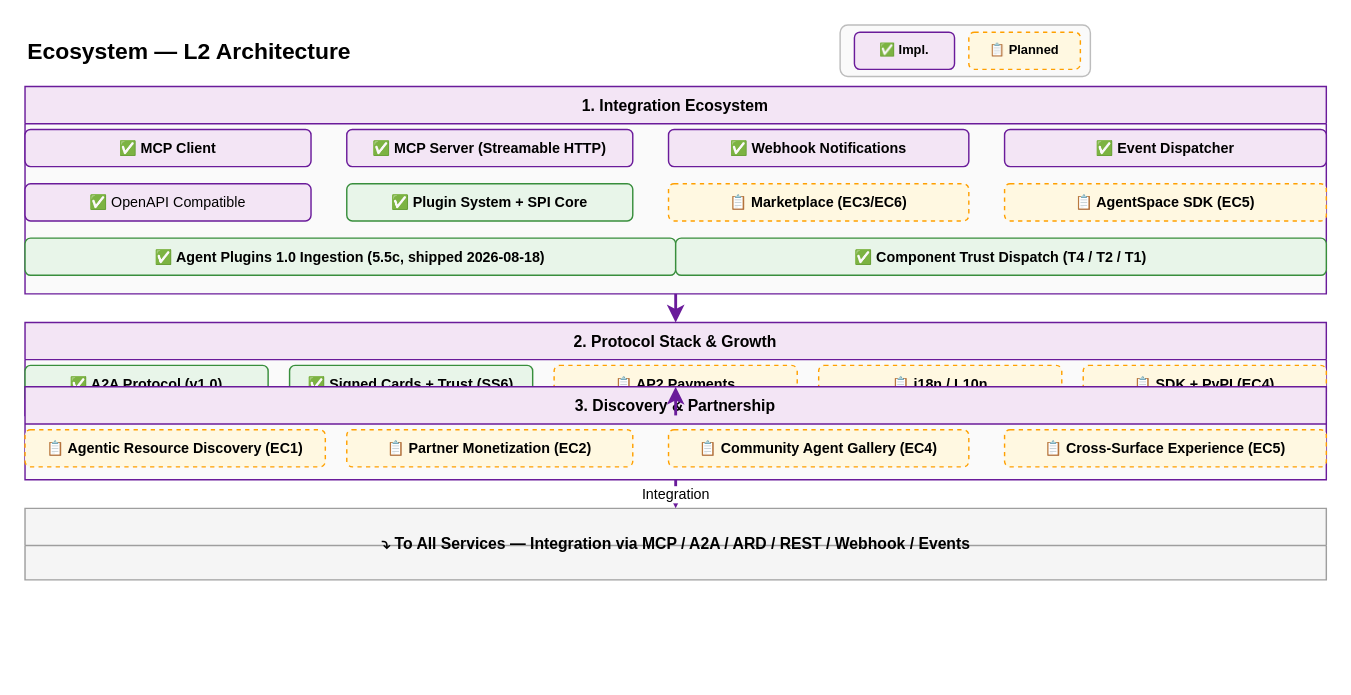
Above: docs/design/hardware/ecosystem-l2.drawio in xueyufish/hecate (draw.io), before the change. Source tidied: cells renumbered, new cells numbered last; positions are measured from the earlier drawing's top-left corner, leaving out a move shared by most shapes. Both pictures are drawn from the tidied source at 143%, with x=0, y=0 at pixel (24, 24).
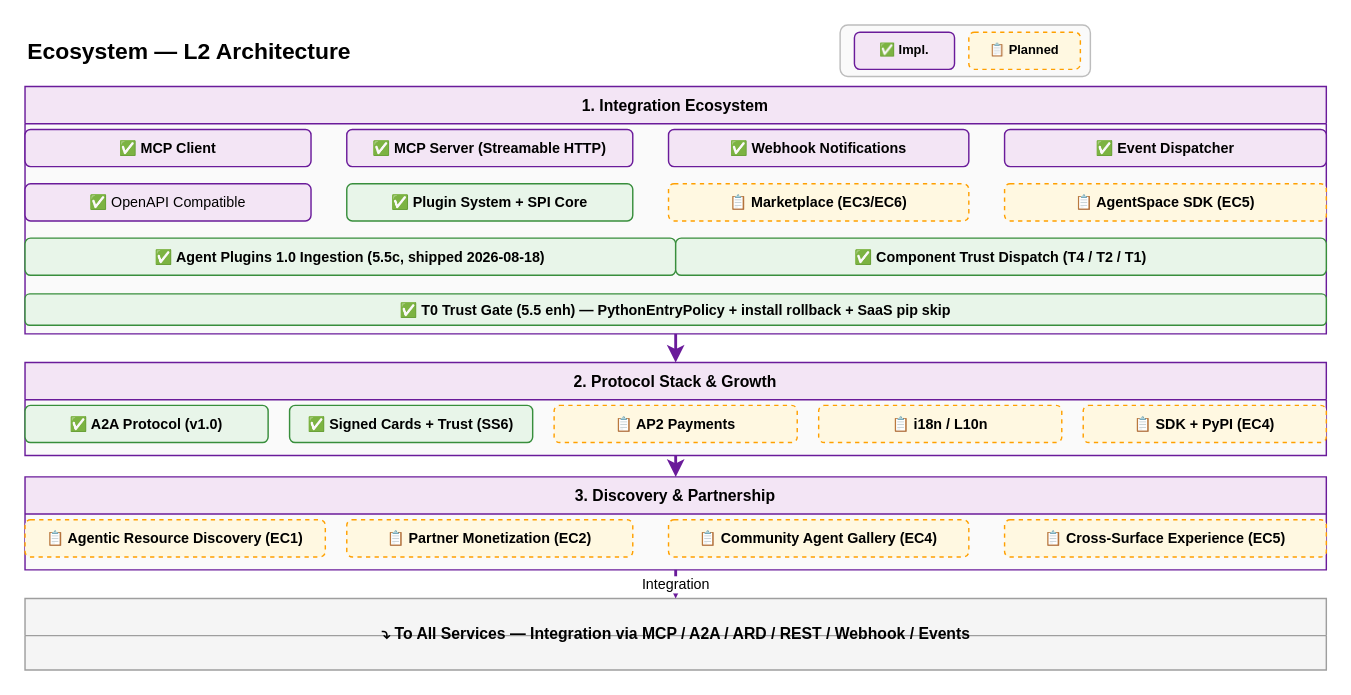
After the change.

What changed in the source:
```diff
@@
     <mxCell id="6" value="1. Integration Ecosystem" style="swimlane;startSize=26;fillColor=#F3E5F5;strokeColor=#6A1B9A;fontSize=11;fontStyle=1;swimlaneFillColor=#FAFAFA;" parent="1" vertex="1">
-      <mxGeometry y="43" width="910" height="145" as="geometry" />
+      <mxGeometry y="43" width="910" height="173" as="geometry" />
     </mxCell>
@@
+    <mxCell id="33" value="✅ T0 Trust Gate (5.5 enh) — PythonEntryPolicy + install rollback + SaaS pip skip" style="rounded=1;whiteSpace=wrap;html=1;fillColor=#E8F5E9;strokeColor=#388E3C;fontSize=10;fontStyle=1;" parent="6" vertex="1">
+      <mxGeometry y="145" width="910" height="22" as="geometry" />
+    </mxCell>
     <mxCell id="17" value="2. Protocol Stack &amp; Growth" style="swimlane;startSize=26;fillColor=#F3E5F5;strokeColor=#6A1B9A;fontSize=11;fontStyle=1;swimlaneFillColor=#FAFAFA;" parent="1" vertex="1">
-      <mxGeometry y="208" width="910" height="65" as="geometry" />
+      <mxGeometry y="236" width="910" height="65" as="geometry" />
     </mxCell>
@@
     <mxCell id="23" value="3. Discovery &amp; Partnership" style="swimlane;startSize=26;fillColor=#F3E5F5;strokeColor=#6A1B9A;fontSize=11;fontStyle=1;swimlaneFillColor=#FAFAFA;" parent="1" vertex="1">
-      <mxGeometry y="253" width="910" height="65" as="geometry" />
+      <mxGeometry y="316" width="910" height="65" as="geometry" />
     </mxCell>
@@
     <mxCell id="28" style="swimlane;startSize=26;fillColor=#F5F5F5;strokeColor=#9E9E9E;fontSize=11;fontStyle=1;swimlaneFillColor=#F5F5F5;" parent="1" vertex="1">
-      <mxGeometry y="338" width="910" height="50" as="geometry" />
+      <mxGeometry y="401" width="910" height="50" as="geometry" />
     </mxCell>
```
